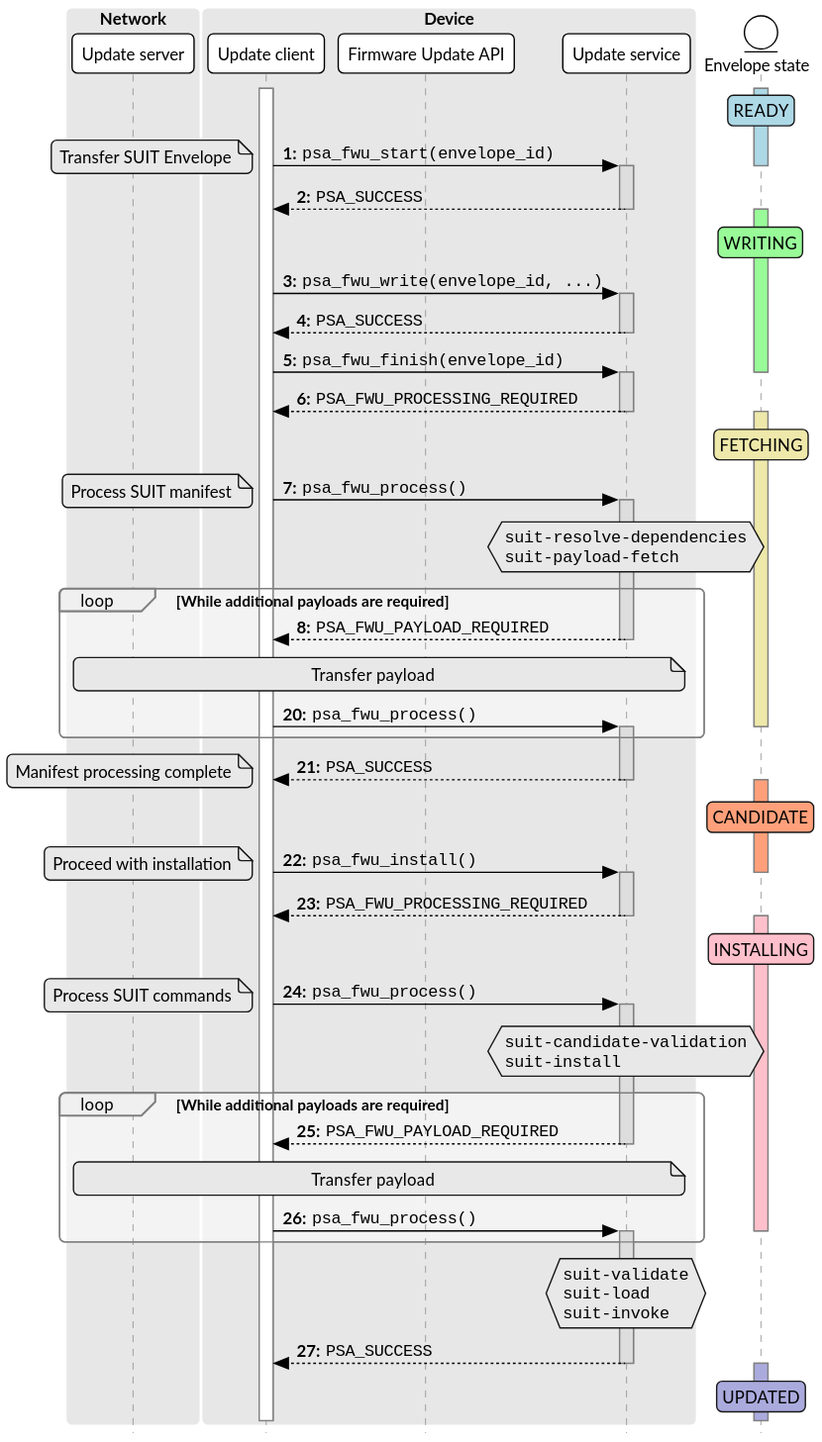
ARM-software/psa-api keeps this PlantUML diagram as design/rfc-01-fwu-suit/no-reboot-sequence.svg. Above is the earlier version. Its source is kept beside it as design/rfc-01-fwu-suit/no-reboot-sequence.puml.
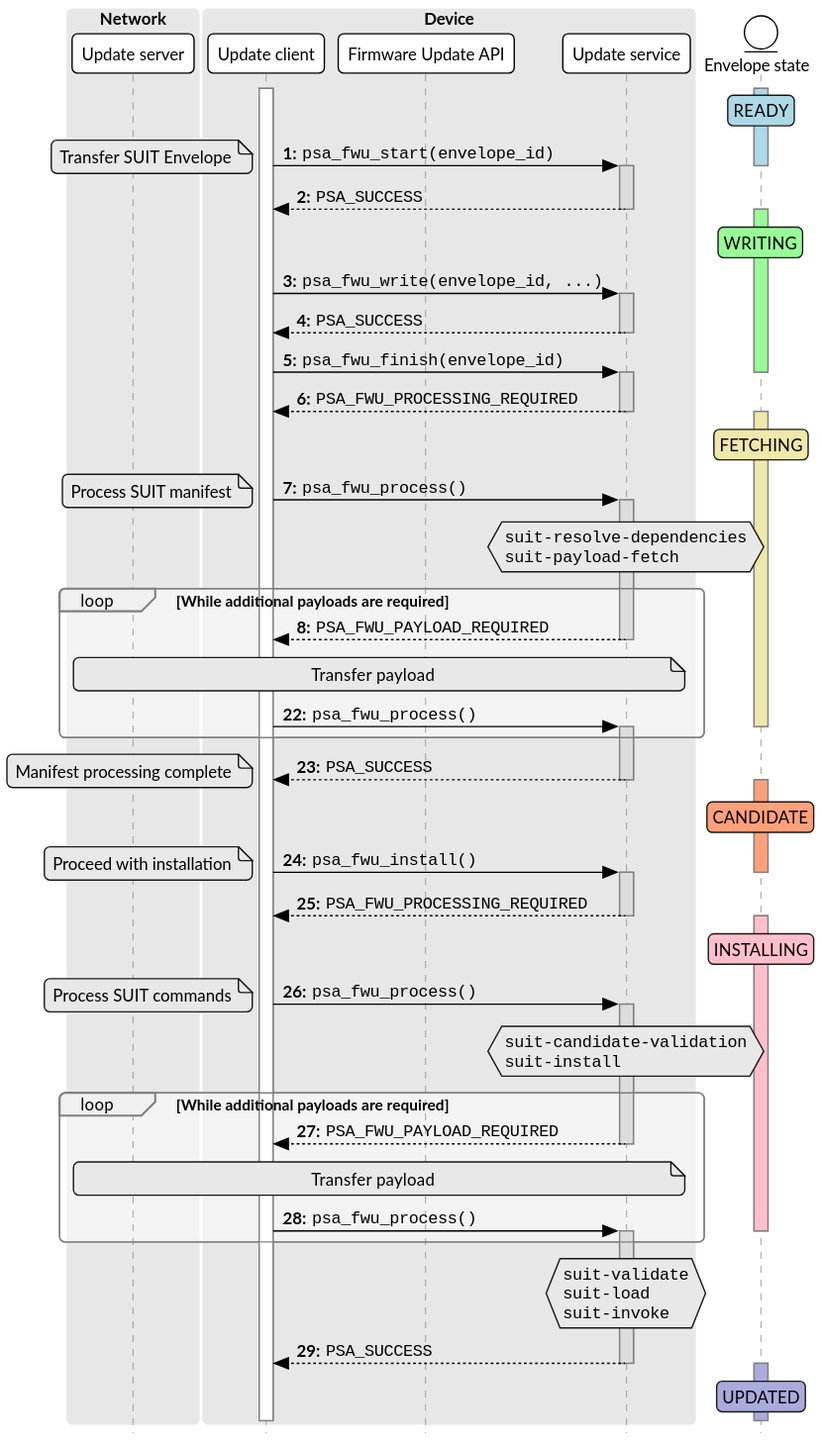
The same diagram one commit later.

What changed in the source:
```diff
@@ -54,7 +54,7 @@
 
     note over server, service: Transfer payload
 
-    autonumber 20 "<b>#:"
+    autonumber 22 "<b>#:"
     client -> service: ""psa_fwu_process()""
     deactivate envelope
     activate service #ddd
```
